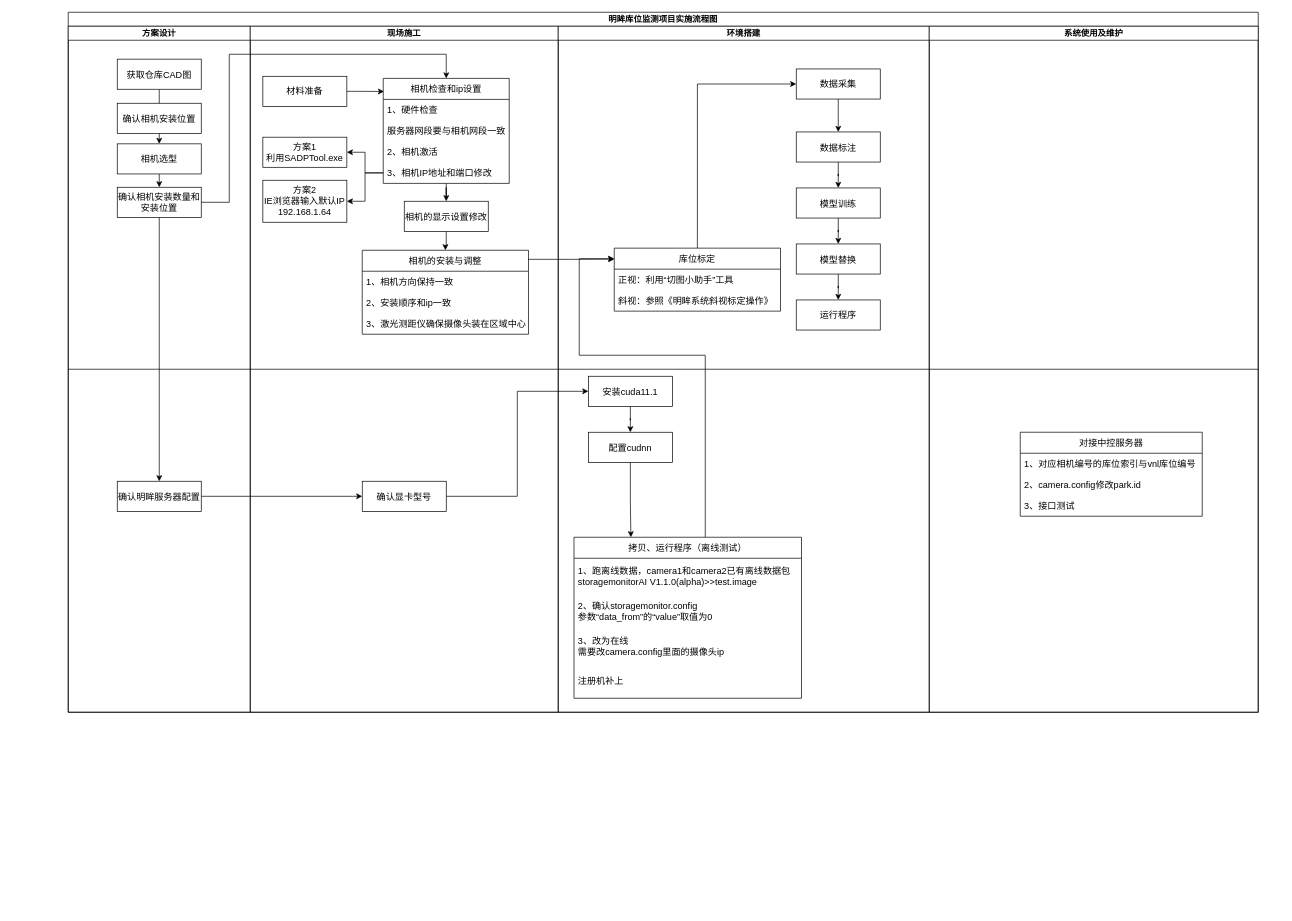
Before: page "Page-1" (1 of 2) of Untitled Diagram.drawio in Lisaacy/lisaacy, a draw.io diagram. Source tidied: cells renumbered, new cells numbered last; positions are measured from the earlier drawing's top-left corner, leaving out a move shared by most shapes. Both pictures are drawn from the tidied source at 70%, with x=0, y=0 at pixel (68, 12).
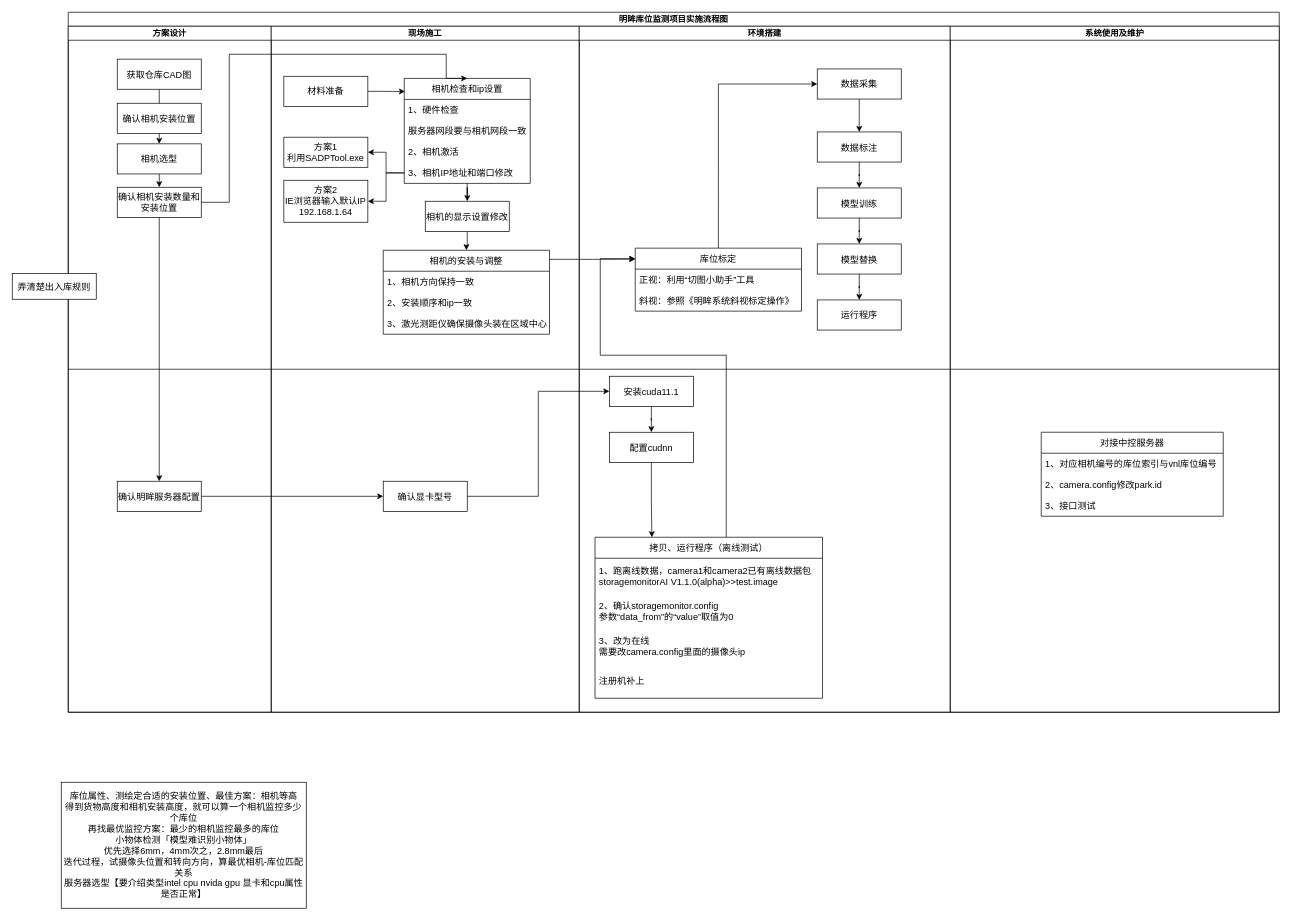
After the change.

What changed in the source:
```diff
@@
     <mxCell id="2" value="明眸库位监测项目实施流程图" style="swimlane;startSize=20;" parent="1" vertex="1">
-      <mxGeometry width="1700" height="1000" as="geometry" />
+      <mxGeometry width="1730" height="1000" as="geometry" />
     </mxCell>
     <mxCell id="3" value="方案设计" style="swimlane;startSize=20;" parent="2" vertex="1">
-      <mxGeometry y="20" width="260" height="980" as="geometry" />
+      <mxGeometry y="20" width="290" height="980" as="geometry" />
     </mxCell>
@@
     <mxCell id="12" value="现场施工" style="swimlane;startSize=20;" parent="2" vertex="1">
-      <mxGeometry x="260" y="20" width="440" height="980" as="geometry" />
+      <mxGeometry x="290" y="20" width="440" height="980" as="geometry" />
     </mxCell>
@@
     <mxCell id="34" value="环境搭建" style="swimlane;startSize=20;" parent="2" vertex="1">
-      <mxGeometry x="700" y="20" width="530" height="980" as="geometry" />
+      <mxGeometry x="730" y="20" width="530" height="980" as="geometry" />
     </mxCell>
@@
     <mxCell id="58" value="系统使用及维护" style="swimlane;startSize=20;" parent="2" vertex="1">
-      <mxGeometry x="1230" y="20" width="470" height="980" as="geometry" />
+      <mxGeometry x="1260" y="20" width="470" height="980" as="geometry" />
     </mxCell>
@@
+    <mxCell id="66" value="弄清楚出入库规则" style="rounded=0;whiteSpace=wrap;html=1;fontSize=13;" parent="1" vertex="1">
+      <mxGeometry x="-80" y="373" width="120" height="37" as="geometry" />
+    </mxCell>
+    <mxCell id="67" value="库位属性、测绘定合适的安装位置、最佳方案：相机等高&lt;br&gt;得到货物高度和相机安装高度，就可以算一个相机监控多少个库位&lt;br&gt;再找最优监控方案：最少的相机监控最多的库位&lt;br&gt;小物体检测「模型难识别小物体」&lt;br&gt;优先选择6mm，4mm次之，2.8mm最后&lt;br&gt;迭代过程，试摄像头位置和转向方向，算最优相机-库位匹配关系&lt;br&gt;服务器选型【要介绍类型intel cpu nvida gpu 显卡和cpu属性是否正常】&lt;br&gt;" style="rounded=0;whiteSpace=wrap;html=1;fontSize=13;" parent="1" vertex="1">
+      <mxGeometry x="-10" y="1100" width="350" height="180" as="geometry" />
+    </mxCell>
```
